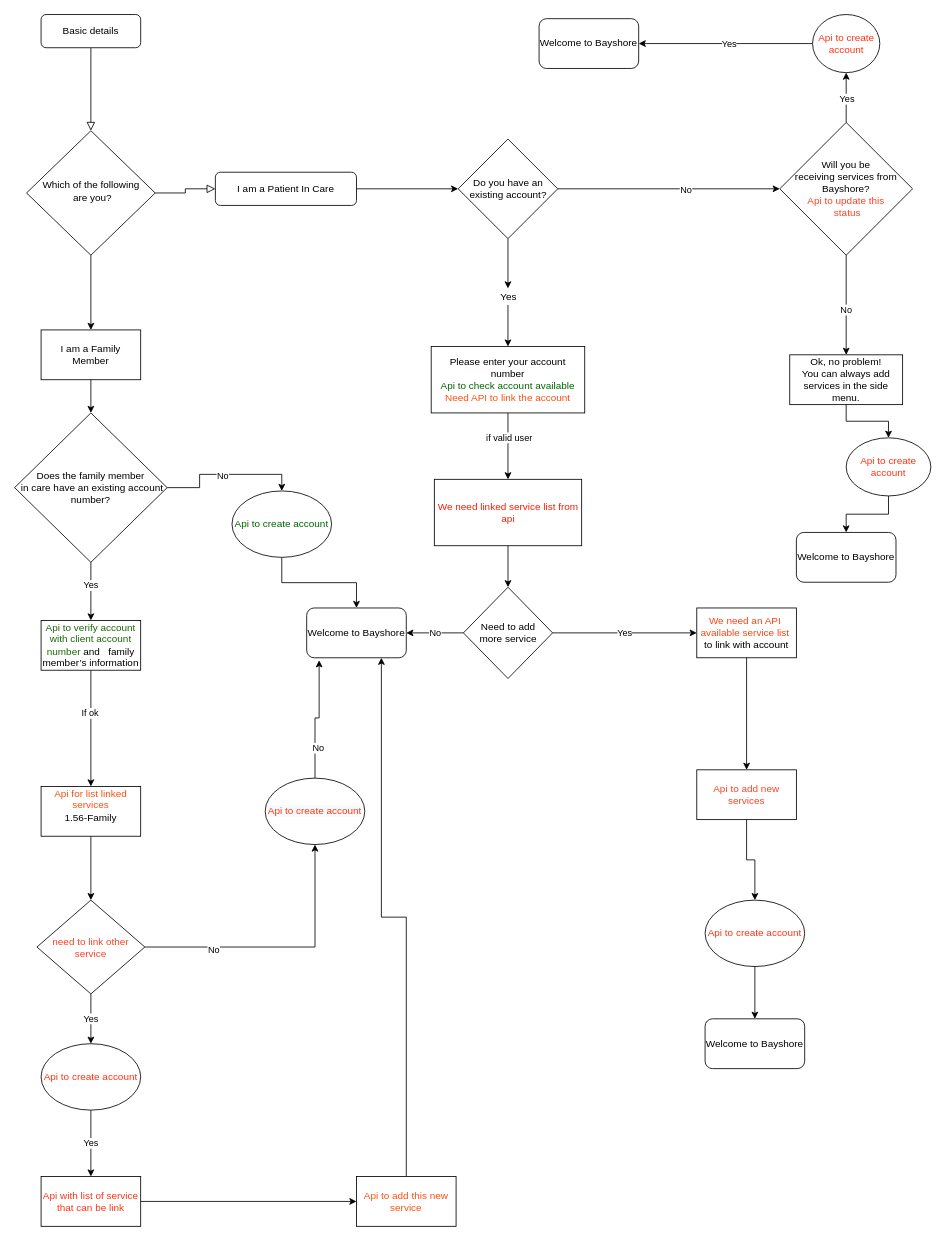
The draw.io diagram Untitled Diagram.drawio in FlutterEngineer/flutter_amplify, before the edit. Source tidied: cells renumbered, new cells numbered last; positions are measured from the earlier drawing's top-left corner, leaving out a move shared by most shapes. Both pictures are drawn from the tidied source at 83%, with x=0, y=0 at pixel (14, 14).
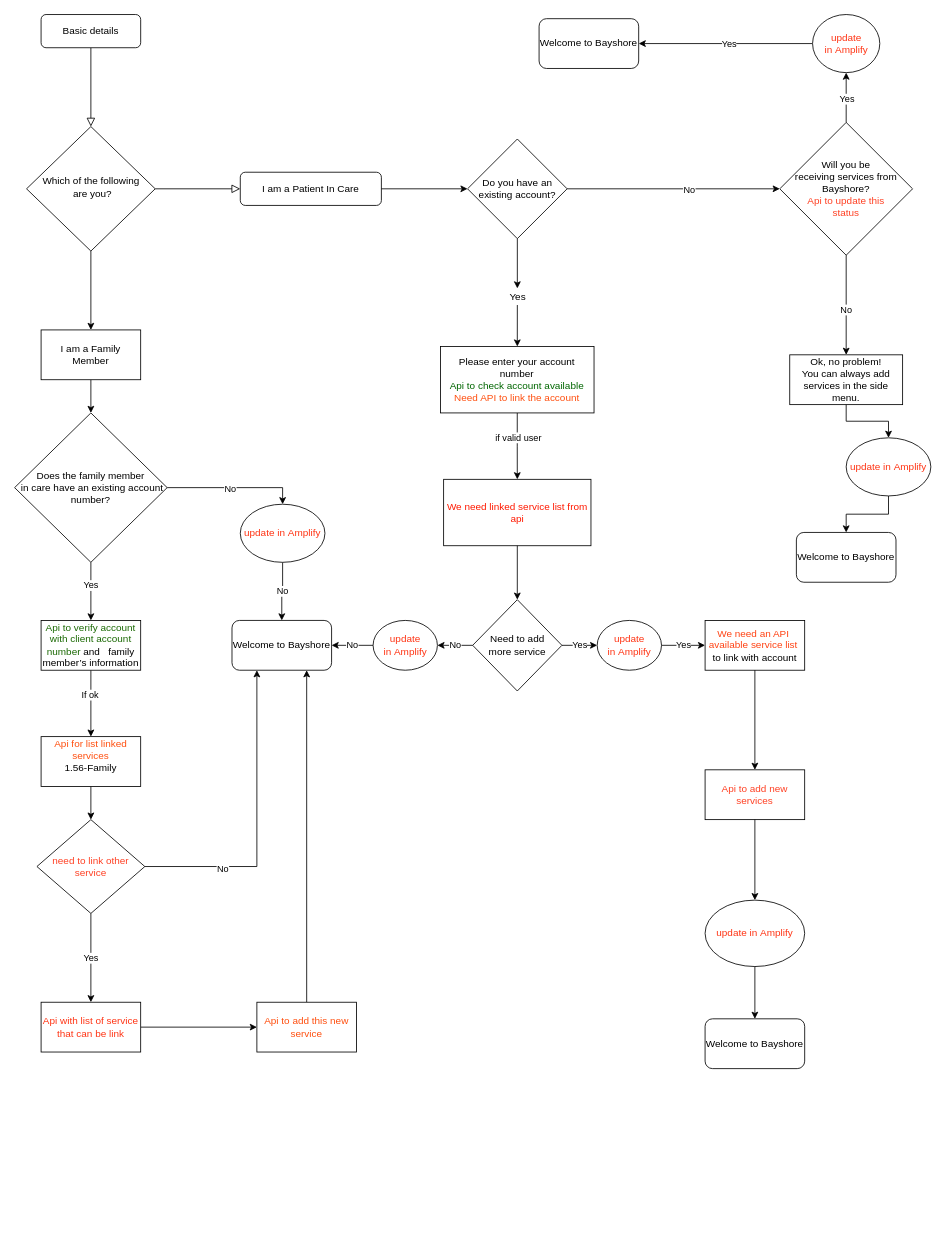
The same page after the edit.

Unchanged cells that the change refers to:
```xml
<mxCell id="39" value="Does the family member&lt;br&gt;&amp;nbsp;in care have an existing account number?" style="rhombus;whiteSpace=wrap;html=1;" parent="1" vertex="1">
  <mxGeometry x="0.1" y="480" width="183.8" height="180" as="geometry" />
</mxCell>
```

Change to the diagram source:
```diff
@@
     <mxCell id="5" value="Which of the following&lt;br&gt;&amp;nbsp;are you?" style="rhombus;whiteSpace=wrap;html=1;shadow=0;fontFamily=Helvetica;fontSize=12;align=center;strokeWidth=1;spacing=6;spacingTop=-4;" parent="1" vertex="1">
-      <mxGeometry x="14.5" y="140" width="155" height="150" as="geometry" />
+      <mxGeometry x="14.5" y="135" width="155" height="150" as="geometry" />
     </mxCell>
     <mxCell id="6" value="I am a Patient In Care" style="rounded=1;whiteSpace=wrap;html=1;fontSize=12;glass=0;strokeWidth=1;shadow=0;" parent="1" vertex="1">
-      <mxGeometry x="242" y="190" width="170" height="40" as="geometry" />
+      <mxGeometry x="272" y="190" width="170" height="40" as="geometry" />
     </mxCell>
     <mxCell id="7" value="Do you have an existing account?" style="rhombus;whiteSpace=wrap;html=1;" parent="1" vertex="1">
-      <mxGeometry x="534.5" y="150" width="120" height="120" as="geometry" />
+      <mxGeometry x="545.8" y="150" width="120" height="120" as="geometry" />
     </mxCell>
@@
     <mxCell id="12" value="Please enter your account number&lt;br&gt;&lt;font color=&quot;#006600&quot;&gt;Api to check account available&lt;br&gt;&lt;/font&gt;&lt;font color=&quot;#ff4f0f&quot;&gt;Need API to link the account&lt;/font&gt;" style="rounded=0;whiteSpace=wrap;html=1;" parent="1" vertex="1">
-      <mxGeometry x="502" y="400" width="185" height="80" as="geometry" />
+      <mxGeometry x="513.2" y="400" width="185" height="80" as="geometry" />
     </mxCell>
     <mxCell id="13" value="Yes" style="text;html=1;align=center;verticalAlign=middle;points=[];" parent="1" vertex="1">
-      <mxGeometry x="574.5" y="330" width="40" height="20" as="geometry" />
+      <mxGeometry x="585.8" y="330" width="40" height="20" as="geometry" />
     </mxCell>
@@
     <mxCell id="15" value="&lt;span&gt;&lt;font color=&quot;#ff1900&quot;&gt;We need linked service list from api&lt;/font&gt;&lt;/span&gt;" style="rounded=0;whiteSpace=wrap;html=1;" parent="1" vertex="1">
-      <mxGeometry x="505.8" y="560" width="177.5" height="80" as="geometry" />
+      <mxGeometry x="517" y="560" width="177.5" height="80" as="geometry" />
     </mxCell>
-    <mxCell id="16" value="Will you be &lt;br&gt;receiving services from &lt;br&gt;Bayshore?&lt;br&gt;&lt;font color=&quot;#ff4124&quot;&gt;Api to update this&lt;br&gt;&amp;nbsp;status&lt;/font&gt;" style="rhombus;whiteSpace=wrap;html=1;" parent="1" vertex="1">
+    <mxCell id="16" value="Will you be &lt;br&gt;receiving services from &lt;br&gt;Bayshore?&lt;br&gt;&lt;font color=&quot;#ff4124&quot;&gt;Api to update this&lt;br&gt;&amp;nbsp;status&amp;nbsp;&lt;/font&gt;&lt;font color=&quot;#ff4124&quot;&gt;&lt;br&gt;&lt;/font&gt;" style="rhombus;whiteSpace=wrap;html=1;" parent="1" vertex="1">
       <mxGeometry x="922" y="130" width="160" height="160" as="geometry" />
     </mxCell>
@@
     <mxCell id="26" value="Welcome to Bayshore" style="rounded=1;whiteSpace=wrap;html=1;" parent="1" vertex="1">
-      <mxGeometry x="352" y="715" width="120" height="60" as="geometry" />
+      <mxGeometry x="262" y="730" width="120" height="60" as="geometry" />
     </mxCell>
@@
     <mxCell id="28" value="Need to add &lt;br&gt;more service" style="rhombus;whiteSpace=wrap;html=1;" parent="1" vertex="1">
-      <mxGeometry x="540.8" y="690" width="107.5" height="110" as="geometry" />
+      <mxGeometry x="552" y="705" width="107.5" height="110" as="geometry" />
     </mxCell>
-    <mxCell id="29" value="No" style="endArrow=classic;html=1;entryX=1;entryY=0.5;entryDx=0;entryDy=0;exitX=0;exitY=0.5;exitDx=0;exitDy=0;" parent="1" edge="1" source="28" target="26">
+    <mxCell id="29" value="No" style="endArrow=classic;html=1;entryX=1;entryY=0.5;entryDx=0;entryDy=0;exitX=0;exitY=0.5;exitDx=0;exitDy=0;" parent="1" edge="1" source="72" target="26">
       <mxGeometry relative="1" as="geometry" />
     </mxCell>
     <mxCell id="30" value="&lt;font color=&quot;#ff4314&quot;&gt;We need an API&amp;nbsp; available service list&amp;nbsp;&lt;/font&gt; to link with account" style="rounded=0;whiteSpace=wrap;html=1;" parent="1" vertex="1">
-      <mxGeometry x="822" y="715" width="120" height="60" as="geometry" />
+      <mxGeometry x="832" y="730" width="120" height="60" as="geometry" />
     </mxCell>
-    <mxCell id="31" value="Yes" style="endArrow=classic;html=1;entryX=0;entryY=0.5;entryDx=0;entryDy=0;exitX=1;exitY=0.5;exitDx=0;exitDy=0;" parent="1" edge="1" source="28" target="30">
+    <mxCell id="31" value="Yes" style="endArrow=classic;html=1;entryX=0;entryY=0.5;entryDx=0;entryDy=0;exitX=1;exitY=0.5;exitDx=0;exitDy=0;" parent="1" edge="1" source="74" target="30">
       <mxGeometry relative="1" as="geometry" />
     </mxCell>
@@
     <mxCell id="34" value="&lt;font color=&quot;#ff4124&quot;&gt;Api to add new services&lt;/font&gt;" style="rounded=0;whiteSpace=wrap;html=1;" parent="1" vertex="1">
-      <mxGeometry x="822" y="910" width="120" height="60" as="geometry" />
+      <mxGeometry x="832" y="910" width="120" height="60" as="geometry" />
     </mxCell>
@@
-    <mxCell id="38" style="edgeStyle=orthogonalEdgeStyle;rounded=0;jettySize=auto;html=1;entryX=0.5;entryY=0;entryDx=0;entryDy=0;" parent="1" edge="1" source="57" target="26">
-      <mxGeometry relative="1" as="geometry" />
-    </mxCell>
@@
     <mxCell id="46" value="&lt;font color=&quot;#ff4f0f&quot;&gt;Api for list linked services&lt;br&gt;&lt;/font&gt;&lt;div&gt;1.56-Family&lt;/div&gt;&lt;div&gt;&lt;br&gt;&lt;/div&gt;" style="rounded=0;whiteSpace=wrap;html=1;" parent="1" vertex="1">
-      <mxGeometry x="32" y="930" width="120" height="60" as="geometry" />
+      <mxGeometry x="32" y="870" width="120" height="60" as="geometry" />
     </mxCell>
-    <mxCell id="47" style="edgeStyle=orthogonalEdgeStyle;rounded=0;jettySize=auto;html=1;entryX=0.125;entryY=1.05;entryDx=0;entryDy=0;entryPerimeter=0;" parent="1" edge="1" source="60" target="26">
-      <mxGeometry relative="1" as="geometry" />
-    </mxCell>
-    <mxCell id="48" value="No" style="edgeLabel;html=1;align=center;verticalAlign=middle;" parent="47" vertex="1">
-      <mxGeometry x="-0.5" y="-3" relative="1" as="geometry" />
-    </mxCell>
-    <mxCell id="49" value="Yes" style="edgeStyle=orthogonalEdgeStyle;rounded=0;jettySize=auto;html=1;entryX=0.5;entryY=0;entryDx=0;entryDy=0;" parent="1" edge="1" source="63" target="52">
-      <mxGeometry relative="1" as="geometry" />
-    </mxCell>
     <mxCell id="50" value="&lt;font color=&quot;#ff4124&quot;&gt;need to link other service&lt;/font&gt;" style="rhombus;whiteSpace=wrap;html=1;" parent="1" vertex="1">
-      <mxGeometry x="27" y="1067" width="130" height="113" as="geometry" />
+      <mxGeometry x="27" y="970" width="130" height="113" as="geometry" />
     </mxCell>
@@
     <mxCell id="52" value="&lt;font color=&quot;#ff3414&quot;&gt;Api with list of service that can be link&lt;/font&gt;" style="rounded=0;whiteSpace=wrap;html=1;" parent="1" vertex="1">
-      <mxGeometry x="32" y="1400" width="120" height="60" as="geometry" />
+      <mxGeometry x="32" y="1190" width="120" height="60" as="geometry" />
     </mxCell>
@@
     <mxCell id="54" value="&lt;font color=&quot;#ff4f0f&quot;&gt;Api to add this new service&lt;/font&gt;" style="rounded=0;whiteSpace=wrap;html=1;" parent="1" vertex="1">
-      <mxGeometry x="412" y="1400" width="120" height="60" as="geometry" />
+      <mxGeometry x="292" y="1190" width="120" height="60" as="geometry" />
     </mxCell>
@@
-    <mxCell id="57" value="&lt;font color=&quot;#006600&quot;&gt;Api to create account&lt;/font&gt;" style="ellipse;whiteSpace=wrap;html=1;" parent="1" vertex="1">
-      <mxGeometry x="262" y="574" width="120" height="80" as="geometry" />
-    </mxCell>
-    <mxCell id="58" style="edgeStyle=orthogonalEdgeStyle;rounded=0;jettySize=auto;html=1;entryX=0.5;entryY=0;entryDx=0;entryDy=0;" parent="1" edge="1" source="39" target="57">
+    <mxCell id="58" style="edgeStyle=orthogonalEdgeStyle;rounded=0;jettySize=auto;html=1;entryX=0.5;entryY=0;entryDx=0;entryDy=0;" parent="1" edge="1" source="75" target="26">
       <mxGeometry relative="1" as="geometry" />
     </mxCell>
@@
-    <mxCell id="60" value="&lt;span style=&quot;color: rgb(255, 52, 20); font-family: helvetica; font-size: 12px; font-style: normal; font-weight: 400; letter-spacing: normal; text-align: center; text-indent: 0px; text-transform: none; word-spacing: 0px; background-color: rgb(248, 249, 250); display: inline; float: none;&quot;&gt;Api to create account&lt;/span&gt;" style="ellipse;whiteSpace=wrap;html=1;" parent="1" vertex="1">
-      <mxGeometry x="302" y="920" width="120" height="80" as="geometry" />
-    </mxCell>
-    <mxCell id="61" style="edgeStyle=orthogonalEdgeStyle;rounded=0;jettySize=auto;html=1;entryX=0.5;entryY=1;entryDx=0;entryDy=0;" parent="1" edge="1" source="50" target="60">
+    <mxCell id="61" style="edgeStyle=orthogonalEdgeStyle;rounded=0;jettySize=auto;html=1;entryX=0.25;entryY=1;entryDx=0;entryDy=0;" parent="1" edge="1" source="50" target="26">
       <mxGeometry relative="1" as="geometry" />
     </mxCell>
@@
-    <mxCell id="63" value="&lt;span style=&quot;color: rgb(255 , 52 , 20)&quot;&gt;Api to create account&lt;/span&gt;" style="ellipse;whiteSpace=wrap;html=1;" parent="1" vertex="1">
-      <mxGeometry x="32" y="1240" width="120" height="80" as="geometry" />
-    </mxCell>
-    <mxCell id="64" value="Yes" style="edgeStyle=orthogonalEdgeStyle;rounded=0;jettySize=auto;html=1;entryX=0.5;entryY=0;entryDx=0;entryDy=0;" parent="1" edge="1" source="50" target="63">
+    <mxCell id="64" value="Yes" style="edgeStyle=orthogonalEdgeStyle;rounded=0;jettySize=auto;html=1;entryX=0.5;entryY=0;entryDx=0;entryDy=0;" parent="1" edge="1" source="50" target="52">
       <mxGeometry relative="1" as="geometry" />
     </mxCell>
-    <mxCell id="65" value="&lt;span style=&quot;color: rgb(255 , 52 , 20) ; font-family: &amp;#34;helvetica&amp;#34;&quot;&gt;Api to create account&lt;/span&gt;" style="ellipse;whiteSpace=wrap;html=1;" parent="1" vertex="1">
+    <mxCell id="65" value="&lt;span style=&quot;color: rgb(255 , 52 , 20)&quot;&gt;update in&amp;nbsp;&lt;/span&gt;&lt;span style=&quot;color: rgb(255 , 52 , 20)&quot;&gt;Amplify&lt;/span&gt;" style="ellipse;whiteSpace=wrap;html=1;" parent="1" vertex="1">
       <mxGeometry x="832" y="1067" width="120" height="80" as="geometry" />
     </mxCell>
@@
-    <mxCell id="67" value="&lt;font color=&quot;#ff3414&quot;&gt;Api to create account&lt;/font&gt;" style="ellipse;whiteSpace=wrap;html=1;" parent="1" vertex="1">
+    <mxCell id="67" value="&lt;span style=&quot;color: rgb(255 , 52 , 20)&quot;&gt;update in&amp;nbsp;&lt;/span&gt;&lt;span style=&quot;color: rgb(255 , 52 , 20)&quot;&gt;Amplify&lt;/span&gt;" style="ellipse;whiteSpace=wrap;html=1;" parent="1" vertex="1">
       <mxGeometry x="1002" y="510" width="102" height="70" as="geometry" />
     </mxCell>
@@
-    <mxCell id="69" value="&lt;font color=&quot;#ff3414&quot;&gt;Api to create account&lt;/font&gt;" style="ellipse;whiteSpace=wrap;html=1;" parent="1" vertex="1">
+    <mxCell id="69" value="&lt;span style=&quot;color: rgb(255 , 52 , 20)&quot;&gt;update in&amp;nbsp;&lt;/span&gt;&lt;span style=&quot;color: rgb(255 , 52 , 20)&quot;&gt;Amplify&lt;/span&gt;" style="ellipse;whiteSpace=wrap;html=1;" parent="1" vertex="1">
       <mxGeometry x="961.5" width="81" height="70" as="geometry" />
     </mxCell>
@@
+    <mxCell id="72" value="&lt;span style=&quot;color: rgb(255 , 52 , 20)&quot;&gt;update in&amp;nbsp;&lt;/span&gt;&lt;span style=&quot;color: rgb(255 , 52 , 20)&quot;&gt;Amplify&lt;/span&gt;" style="ellipse;whiteSpace=wrap;html=1;" parent="1" vertex="1">
+      <mxGeometry x="432" y="730" width="77.5" height="60" as="geometry" />
+    </mxCell>
+    <mxCell id="73" value="No" style="endArrow=classic;html=1;entryX=1;entryY=0.5;entryDx=0;entryDy=0;exitX=0;exitY=0.5;exitDx=0;exitDy=0;" parent="1" edge="1" source="28" target="72">
+      <mxGeometry relative="1" as="geometry" />
+    </mxCell>
+    <mxCell id="74" value="&lt;span style=&quot;color: rgb(255 , 52 , 20)&quot;&gt;update in&amp;nbsp;&lt;/span&gt;&lt;span style=&quot;color: rgb(255 , 52 , 20)&quot;&gt;Amplify&lt;/span&gt;" style="ellipse;whiteSpace=wrap;html=1;" parent="1" vertex="1">
+      <mxGeometry x="702" y="730" width="77.5" height="60" as="geometry" />
+    </mxCell>
+    <mxCell id="49" value="Yes" style="endArrow=classic;html=1;entryX=0;entryY=0.5;entryDx=0;entryDy=0;exitX=1;exitY=0.5;exitDx=0;exitDy=0;" parent="1" edge="1" source="28" target="74">
+      <mxGeometry relative="1" as="geometry" />
+    </mxCell>
+    <mxCell id="75" value="&lt;span style=&quot;color: rgb(255 , 52 , 20)&quot;&gt;update in&amp;nbsp;&lt;/span&gt;&lt;span style=&quot;color: rgb(255 , 52 , 20)&quot;&gt;Amplify&lt;/span&gt;" style="ellipse;whiteSpace=wrap;html=1;" parent="1" vertex="1">
+      <mxGeometry x="272" y="590" width="102" height="70" as="geometry" />
+    </mxCell>
+    <mxCell id="76" style="edgeStyle=orthogonalEdgeStyle;rounded=0;jettySize=auto;html=1;entryX=0.5;entryY=0;entryDx=0;entryDy=0;" parent="1" edge="1" source="39" target="75">
+      <mxGeometry relative="1" as="geometry" />
+    </mxCell>
+    <mxCell id="48" value="No" style="edgeLabel;html=1;align=center;verticalAlign=middle;" parent="76" vertex="1">
+      <mxGeometry x="-0.05" y="-1" relative="1" as="geometry" />
+    </mxCell>
```
